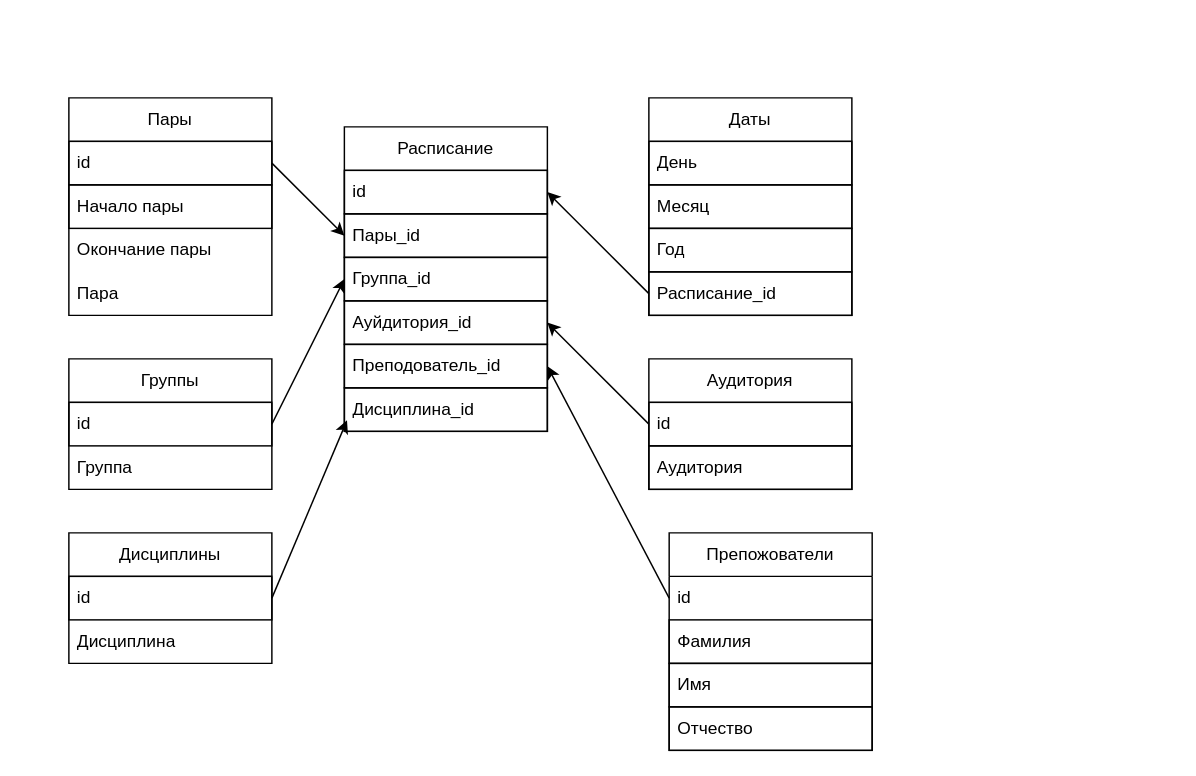
This is sheme.drawio from N1k100n/tg.bot, a draw.io file, before an edit. Source tidied: cells renumbered, new cells numbered last; positions are measured from the earlier drawing's top-left corner, leaving out a move shared by most shapes. Both pictures are drawn from the tidied source at 145%, with x=0, y=0 at pixel (68, 97).
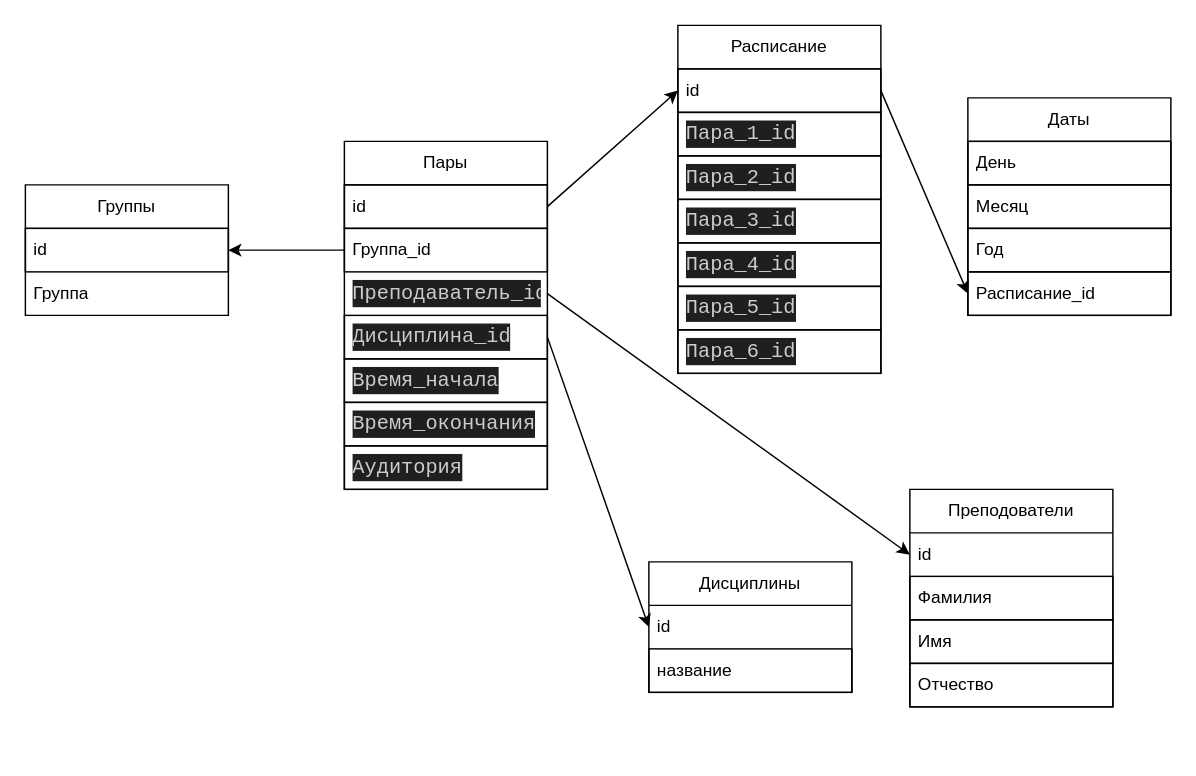
The same diagram, later.

Commit message:
дароботка схемы бв

The change refers to these unchanged cells:
```xml
<mxCell id="3" value="id" style="text;strokeColor=default;fillColor=none;align=left;verticalAlign=middle;spacingLeft=4;spacingRight=4;overflow=hidden;points=[[0,0.5],[1,0.5]];portConstraint=eastwest;whiteSpace=wrap;html=1;" parent="2" vertex="1">
  <mxGeometry y="30" width="140" height="30" as="geometry" />
</mxCell>
<mxCell id="10" value="id" style="text;strokeColor=default;fillColor=none;align=left;verticalAlign=middle;spacingLeft=4;spacingRight=4;overflow=hidden;points=[[0,0.5],[1,0.5]];portConstraint=eastwest;whiteSpace=wrap;html=1;" parent="9" vertex="1">
  <mxGeometry y="30" width="140" height="30" as="geometry" />
</mxCell>
<mxCell id="22" value="id" style="text;strokeColor=none;fillColor=none;align=left;verticalAlign=middle;spacingLeft=4;spacingRight=4;overflow=hidden;points=[[0,0.5],[1,0.5]];portConstraint=eastwest;whiteSpace=wrap;html=1;" parent="21" vertex="1">
  <mxGeometry y="30" width="140" height="30" as="geometry" />
</mxCell>
<mxCell id="28" value="id" style="text;strokeColor=default;fillColor=none;align=left;verticalAlign=middle;spacingLeft=4;spacingRight=4;overflow=hidden;points=[[0,0.5],[1,0.5]];portConstraint=eastwest;whiteSpace=wrap;html=1;" parent="27" vertex="1">
  <mxGeometry y="30" width="140" height="30" as="geometry" />
</mxCell>
<mxCell id="37" value="Расписание_id" style="text;strokeColor=default;fillColor=none;align=left;verticalAlign=middle;spacingLeft=4;spacingRight=4;overflow=hidden;points=[[0,0.5],[1,0.5]];portConstraint=eastwest;whiteSpace=wrap;html=1;" parent="33" vertex="1">
  <mxGeometry y="120" width="140" height="30" as="geometry" />
</mxCell>
```

The edit, as a diff of the source:
```diff
@@
     <mxCell id="2" value="Расписание" style="swimlane;fontStyle=0;horizontal=1;startSize=30;whiteSpace=wrap;html=1;" parent="1" vertex="1">
-      <mxGeometry x="190" y="20" width="140" height="210" as="geometry" />
+      <mxGeometry x="420" y="-50" width="140" height="240" as="geometry" />
     </mxCell>
@@
-    <mxCell id="4" value="Пары_id" style="text;strokeColor=default;fillColor=none;align=left;verticalAlign=middle;spacingLeft=4;spacingRight=4;overflow=hidden;points=[[0,0.5],[1,0.5]];portConstraint=eastwest;whiteSpace=wrap;html=1;" parent="2" vertex="1">
+    <mxCell id="4" value="&lt;div style=&quot;color: rgb(204, 204, 204); background-color: rgb(31, 31, 31); font-family: Consolas, &amp;quot;Courier New&amp;quot;, monospace; font-size: 14px; line-height: 19px;&quot;&gt;Пара_1_id&lt;/div&gt;" style="text;strokeColor=default;fillColor=none;align=left;verticalAlign=middle;spacingLeft=4;spacingRight=4;overflow=hidden;points=[[0,0.5],[1,0.5]];portConstraint=eastwest;whiteSpace=wrap;html=1;" parent="2" vertex="1">
       <mxGeometry y="60" width="140" height="30" as="geometry" />
     </mxCell>
-    <mxCell id="5" value="Группа_id" style="text;strokeColor=default;fillColor=none;align=left;verticalAlign=middle;spacingLeft=4;spacingRight=4;overflow=hidden;points=[[0,0.5],[1,0.5]];portConstraint=eastwest;whiteSpace=wrap;html=1;" parent="2" vertex="1">
+    <mxCell id="5" value="&lt;div style=&quot;color: rgb(204, 204, 204); background-color: rgb(31, 31, 31); font-family: Consolas, &amp;quot;Courier New&amp;quot;, monospace; font-size: 14px; line-height: 19px;&quot;&gt;Пара_2_id&lt;/div&gt;" style="text;strokeColor=default;fillColor=none;align=left;verticalAlign=middle;spacingLeft=4;spacingRight=4;overflow=hidden;points=[[0,0.5],[1,0.5]];portConstraint=eastwest;whiteSpace=wrap;html=1;" parent="2" vertex="1">
       <mxGeometry y="90" width="140" height="30" as="geometry" />
     </mxCell>
-    <mxCell id="6" value="Ауйдитория_id" style="text;strokeColor=default;fillColor=none;align=left;verticalAlign=middle;spacingLeft=4;spacingRight=4;overflow=hidden;points=[[0,0.5],[1,0.5]];portConstraint=eastwest;whiteSpace=wrap;html=1;" parent="2" vertex="1">
+    <mxCell id="6" value="&lt;div style=&quot;color: rgb(204, 204, 204); background-color: rgb(31, 31, 31); font-family: Consolas, &amp;quot;Courier New&amp;quot;, monospace; font-size: 14px; line-height: 19px;&quot;&gt;Пара_3_id&lt;/div&gt;" style="text;strokeColor=default;fillColor=none;align=left;verticalAlign=middle;spacingLeft=4;spacingRight=4;overflow=hidden;points=[[0,0.5],[1,0.5]];portConstraint=eastwest;whiteSpace=wrap;html=1;" parent="2" vertex="1">
       <mxGeometry y="120" width="140" height="30" as="geometry" />
     </mxCell>
-    <mxCell id="7" value="Преподователь_id" style="text;strokeColor=default;fillColor=none;align=left;verticalAlign=middle;spacingLeft=4;spacingRight=4;overflow=hidden;points=[[0,0.5],[1,0.5]];portConstraint=eastwest;whiteSpace=wrap;html=1;" parent="2" vertex="1">
+    <mxCell id="7" value="&lt;div style=&quot;color: rgb(204, 204, 204); background-color: rgb(31, 31, 31); font-family: Consolas, &amp;quot;Courier New&amp;quot;, monospace; font-size: 14px; line-height: 19px;&quot;&gt;Пара_4_id&lt;/div&gt;" style="text;strokeColor=default;fillColor=none;align=left;verticalAlign=middle;spacingLeft=4;spacingRight=4;overflow=hidden;points=[[0,0.5],[1,0.5]];portConstraint=eastwest;whiteSpace=wrap;html=1;" parent="2" vertex="1">
       <mxGeometry y="150" width="140" height="30" as="geometry" />
     </mxCell>
-    <mxCell id="8" value="Дисциплина_id" style="text;strokeColor=default;fillColor=none;align=left;verticalAlign=middle;spacingLeft=4;spacingRight=4;overflow=hidden;points=[[0,0.5],[1,0.5]];portConstraint=eastwest;whiteSpace=wrap;html=1;" parent="2" vertex="1">
+    <mxCell id="8" value="&lt;div style=&quot;color: rgb(204, 204, 204); background-color: rgb(31, 31, 31); font-family: Consolas, &amp;quot;Courier New&amp;quot;, monospace; font-size: 14px; line-height: 19px;&quot;&gt;Пара_5_id&lt;/div&gt;" style="text;strokeColor=default;fillColor=none;align=left;verticalAlign=middle;spacingLeft=4;spacingRight=4;overflow=hidden;points=[[0,0.5],[1,0.5]];portConstraint=eastwest;whiteSpace=wrap;html=1;" parent="2" vertex="1">
       <mxGeometry y="180" width="140" height="30" as="geometry" />
     </mxCell>
+    <mxCell id="39" value="&lt;div style=&quot;color: rgb(204, 204, 204); background-color: rgb(31, 31, 31); font-family: Consolas, &amp;quot;Courier New&amp;quot;, monospace; font-size: 14px; line-height: 19px;&quot;&gt;&lt;div style=&quot;line-height: 19px;&quot;&gt;Пара_6_id&lt;/div&gt;&lt;/div&gt;" style="text;strokeColor=default;fillColor=none;align=left;verticalAlign=middle;spacingLeft=4;spacingRight=4;overflow=hidden;whiteSpace=wrap;html=1;" parent="2" vertex="1">
+      <mxGeometry y="210" width="140" height="30" as="geometry" />
+    </mxCell>
     <mxCell id="9" value="Группы" style="swimlane;fontStyle=0;horizontal=1;startSize=30;whiteSpace=wrap;html=1;strokeColor=default;fillColor=default;" parent="1" vertex="1">
-      <mxGeometry y="180" width="140" height="90" as="geometry" />
+      <mxGeometry x="-30" y="60" width="140" height="90" as="geometry" />
     </mxCell>
@@
-    <mxCell id="12" style="edgeStyle=none;html=1;exitX=1;exitY=0.5;exitDx=0;exitDy=0;entryX=0;entryY=0.5;entryDx=0;entryDy=0;" parent="1" edge="1" source="10" target="5">
-      <mxGeometry relative="1" as="geometry" />
-    </mxCell>
-    <mxCell id="13" value="Дисциплины" style="swimlane;fontStyle=0;horizontal=1;startSize=30;whiteSpace=wrap;html=1;strokeColor=default;fillColor=default;" parent="1" vertex="1">
-      <mxGeometry y="300" width="140" height="90" as="geometry" />
-    </mxCell>
-    <mxCell id="14" value="id" style="text;strokeColor=default;fillColor=none;align=left;verticalAlign=middle;spacingLeft=4;spacingRight=4;overflow=hidden;points=[[0,0.5],[1,0.5]];portConstraint=eastwest;whiteSpace=wrap;html=1;" parent="13" vertex="1">
-      <mxGeometry y="30" width="140" height="30" as="geometry" />
-    </mxCell>
-    <mxCell id="15" value="Дисциплина" style="text;strokeColor=none;fillColor=none;align=left;verticalAlign=middle;spacingLeft=4;spacingRight=4;overflow=hidden;whiteSpace=wrap;html=1;" parent="13" vertex="1">
-      <mxGeometry y="60" width="140" height="30" as="geometry" />
-    </mxCell>
-    <mxCell id="16" style="edgeStyle=none;html=1;exitX=1;exitY=0.5;exitDx=0;exitDy=0;entryX=0.013;entryY=0.747;entryDx=0;entryDy=0;entryPerimeter=0;" parent="1" edge="1" source="14" target="8">
-      <mxGeometry relative="1" as="geometry" />
-    </mxCell>
-    <mxCell id="17" value="Аудитория" style="swimlane;fontStyle=0;horizontal=1;startSize=30;whiteSpace=wrap;html=1;strokeColor=default;fillColor=default;" parent="1" vertex="1">
-      <mxGeometry x="400" y="180" width="140" height="90" as="geometry" />
-    </mxCell>
-    <mxCell id="18" value="id" style="text;strokeColor=default;fillColor=none;align=left;verticalAlign=middle;spacingLeft=4;spacingRight=4;overflow=hidden;points=[[0,0.5],[1,0.5]];portConstraint=eastwest;whiteSpace=wrap;html=1;" parent="17" vertex="1">
-      <mxGeometry y="30" width="140" height="30" as="geometry" />
-    </mxCell>
-    <mxCell id="19" value="Аудитория" style="text;strokeColor=default;fillColor=none;align=left;verticalAlign=middle;spacingLeft=4;spacingRight=4;overflow=hidden;whiteSpace=wrap;html=1;" parent="17" vertex="1">
-      <mxGeometry y="60" width="140" height="30" as="geometry" />
-    </mxCell>
-    <mxCell id="20" style="edgeStyle=none;html=1;exitX=0;exitY=0.5;exitDx=0;exitDy=0;entryX=1;entryY=0.5;entryDx=0;entryDy=0;" parent="1" edge="1" source="18" target="6">
-      <mxGeometry relative="1" as="geometry" />
-    </mxCell>
-    <mxCell id="21" value="Препожователи" style="swimlane;fontStyle=0;horizontal=1;startSize=30;whiteSpace=wrap;html=1;strokeColor=default;fillColor=default;" parent="1" vertex="1">
-      <mxGeometry x="414" y="300" width="140" height="150" as="geometry" />
+    <mxCell id="21" value="Преподователи" style="swimlane;fontStyle=0;horizontal=1;startSize=30;whiteSpace=wrap;html=1;strokeColor=default;fillColor=default;" parent="1" vertex="1">
+      <mxGeometry x="580" y="270" width="140" height="150" as="geometry" />
     </mxCell>
@@
-    <mxCell id="26" style="edgeStyle=none;html=1;exitX=0;exitY=0.5;exitDx=0;exitDy=0;entryX=1;entryY=0.5;entryDx=0;entryDy=0;" parent="1" edge="1" source="22" target="7">
-      <mxGeometry relative="1" as="geometry" />
-    </mxCell>
     <mxCell id="27" value="Пары" style="swimlane;fontStyle=0;horizontal=1;startSize=30;whiteSpace=wrap;html=1;strokeColor=default;fillColor=default;" parent="1" vertex="1">
-      <mxGeometry width="140" height="150" as="geometry" />
+      <mxGeometry x="190" y="30" width="140" height="240" as="geometry" />
     </mxCell>
@@
-    <mxCell id="29" value="Начало пары" style="text;strokeColor=default;fillColor=none;align=left;verticalAlign=middle;spacingLeft=4;spacingRight=4;overflow=hidden;points=[[0,0.5],[1,0.5]];portConstraint=eastwest;whiteSpace=wrap;html=1;" parent="27" vertex="1">
+    <mxCell id="29" value="Группа_id" style="text;strokeColor=default;fillColor=none;align=left;verticalAlign=middle;spacingLeft=4;spacingRight=4;overflow=hidden;points=[[0,0.5],[1,0.5]];portConstraint=eastwest;whiteSpace=wrap;html=1;" parent="27" vertex="1">
       <mxGeometry y="60" width="140" height="30" as="geometry" />
     </mxCell>
-    <mxCell id="30" value="Окончание пары" style="text;strokeColor=none;fillColor=none;align=left;verticalAlign=middle;spacingLeft=4;spacingRight=4;overflow=hidden;points=[[0,0.5],[1,0.5]];portConstraint=eastwest;whiteSpace=wrap;html=1;" parent="27" vertex="1">
+    <mxCell id="30" value="&lt;div style=&quot;color: rgb(204, 204, 204); background-color: rgb(31, 31, 31); font-family: Consolas, &amp;quot;Courier New&amp;quot;, monospace; font-size: 14px; line-height: 19px;&quot;&gt;Преподаватель_id&lt;/div&gt;" style="text;strokeColor=none;fillColor=none;align=left;verticalAlign=middle;spacingLeft=4;spacingRight=4;overflow=hidden;points=[[0,0.5],[1,0.5]];portConstraint=eastwest;whiteSpace=wrap;html=1;" parent="27" vertex="1">
       <mxGeometry y="90" width="140" height="30" as="geometry" />
     </mxCell>
-    <mxCell id="31" value="Пара" style="text;strokeColor=none;fillColor=none;align=left;verticalAlign=middle;spacingLeft=4;spacingRight=4;overflow=hidden;points=[[0,0.5],[1,0.5]];portConstraint=eastwest;whiteSpace=wrap;html=1;" parent="27" vertex="1">
+    <mxCell id="31" value="&lt;div style=&quot;color: rgb(204, 204, 204); background-color: rgb(31, 31, 31); font-family: Consolas, &amp;quot;Courier New&amp;quot;, monospace; font-size: 14px; line-height: 19px;&quot;&gt;Дисциплина_id&lt;/div&gt;" style="text;strokeColor=default;fillColor=none;align=left;verticalAlign=middle;spacingLeft=4;spacingRight=4;overflow=hidden;points=[[0,0.5],[1,0.5]];portConstraint=eastwest;whiteSpace=wrap;html=1;" parent="27" vertex="1">
       <mxGeometry y="120" width="140" height="30" as="geometry" />
     </mxCell>
-    <mxCell id="32" style="edgeStyle=none;html=1;exitX=1;exitY=0.5;exitDx=0;exitDy=0;entryX=0;entryY=0.5;entryDx=0;entryDy=0;" parent="1" edge="1" source="28" target="4">
-      <mxGeometry relative="1" as="geometry" />
-    </mxCell>
+    <mxCell id="40" value="&lt;div style=&quot;color: rgb(204, 204, 204); background-color: rgb(31, 31, 31); font-family: Consolas, &amp;quot;Courier New&amp;quot;, monospace; font-size: 14px; line-height: 19px;&quot;&gt;&lt;div style=&quot;line-height: 19px;&quot;&gt;Время_начала&lt;/div&gt;&lt;/div&gt;" style="text;strokeColor=default;fillColor=none;align=left;verticalAlign=middle;spacingLeft=4;spacingRight=4;overflow=hidden;whiteSpace=wrap;html=1;" parent="27" vertex="1">
+      <mxGeometry y="150" width="140" height="30" as="geometry" />
+    </mxCell>
+    <mxCell id="41" value="&lt;div style=&quot;color: rgb(204, 204, 204); background-color: rgb(31, 31, 31); font-family: Consolas, &amp;quot;Courier New&amp;quot;, monospace; font-size: 14px; line-height: 19px;&quot;&gt;&lt;div style=&quot;line-height: 19px;&quot;&gt;&lt;div style=&quot;line-height: 19px;&quot;&gt;Время_окончания&lt;/div&gt;&lt;/div&gt;&lt;/div&gt;" style="text;strokeColor=default;fillColor=none;align=left;verticalAlign=middle;spacingLeft=4;spacingRight=4;overflow=hidden;whiteSpace=wrap;html=1;" parent="27" vertex="1">
+      <mxGeometry y="180" width="140" height="30" as="geometry" />
+    </mxCell>
+    <mxCell id="42" value="&lt;div style=&quot;color: rgb(204, 204, 204); background-color: rgb(31, 31, 31); font-family: Consolas, &amp;quot;Courier New&amp;quot;, monospace; font-size: 14px; line-height: 19px;&quot;&gt;&lt;div style=&quot;line-height: 19px;&quot;&gt;&lt;div style=&quot;line-height: 19px;&quot;&gt;Аудитория&lt;/div&gt;&lt;/div&gt;&lt;/div&gt;" style="text;strokeColor=default;fillColor=none;align=left;verticalAlign=middle;spacingLeft=4;spacingRight=4;overflow=hidden;whiteSpace=wrap;html=1;" parent="27" vertex="1">
+      <mxGeometry y="210" width="140" height="30" as="geometry" />
+    </mxCell>
     <mxCell id="33" value="Даты" style="swimlane;fontStyle=0;horizontal=1;startSize=30;whiteSpace=wrap;html=1;strokeColor=default;fillColor=none;" parent="1" vertex="1">
-      <mxGeometry x="400" width="140" height="150" as="geometry" />
+      <mxGeometry x="620" width="140" height="150" as="geometry" />
     </mxCell>
@@
-    <mxCell id="38" style="edgeStyle=none;html=1;exitX=0;exitY=0.5;exitDx=0;exitDy=0;entryX=1;entryY=0.5;entryDx=0;entryDy=0;" parent="1" edge="1" source="37" target="3">
-      <mxGeometry relative="1" as="geometry" />
-    </mxCell>
+    <mxCell id="13" value="Дисциплины" style="swimlane;fontStyle=0;horizontal=1;startSize=30;whiteSpace=wrap;html=1;strokeColor=default;fillColor=none;" parent="1" vertex="1">
+      <mxGeometry x="400" y="320" width="140" height="90" as="geometry" />
+    </mxCell>
+    <mxCell id="43" value="id" style="text;strokeColor=none;fillColor=none;align=left;verticalAlign=middle;spacingLeft=4;spacingRight=4;overflow=hidden;points=[[0,0.5],[1,0.5]];portConstraint=eastwest;whiteSpace=wrap;html=1;" parent="13" vertex="1">
+      <mxGeometry y="30" width="140" height="30" as="geometry" />
+    </mxCell>
+    <mxCell id="44" value="название" style="text;strokeColor=default;fillColor=none;align=left;verticalAlign=middle;spacingLeft=4;spacingRight=4;overflow=hidden;whiteSpace=wrap;html=1;" parent="13" vertex="1">
+      <mxGeometry y="60" width="140" height="30" as="geometry" />
+    </mxCell>
+    <mxCell id="45" style="edgeStyle=none;html=1;exitX=1;exitY=0.5;exitDx=0;exitDy=0;entryX=0;entryY=0.5;entryDx=0;entryDy=0;" parent="1" edge="1" source="31" target="43">
+      <mxGeometry relative="1" as="geometry" />
+    </mxCell>
+    <mxCell id="46" style="edgeStyle=none;html=1;exitX=1;exitY=0.5;exitDx=0;exitDy=0;entryX=0;entryY=0.5;entryDx=0;entryDy=0;" parent="1" edge="1" source="30" target="22">
+      <mxGeometry relative="1" as="geometry" />
+    </mxCell>
+    <mxCell id="47" style="edgeStyle=none;html=1;exitX=1;exitY=0.5;exitDx=0;exitDy=0;entryX=0;entryY=0.5;entryDx=0;entryDy=0;" parent="1" edge="1" source="3" target="37">
+      <mxGeometry relative="1" as="geometry" />
+    </mxCell>
+    <mxCell id="48" style="edgeStyle=none;html=1;exitX=1;exitY=0.5;exitDx=0;exitDy=0;entryX=0;entryY=0.5;entryDx=0;entryDy=0;" parent="1" edge="1" source="28" target="3">
+      <mxGeometry relative="1" as="geometry" />
+    </mxCell>
+    <mxCell id="49" style="edgeStyle=none;html=1;exitX=0;exitY=0.5;exitDx=0;exitDy=0;entryX=1;entryY=0.5;entryDx=0;entryDy=0;" parent="1" edge="1" source="29" target="10">
+      <mxGeometry relative="1" as="geometry" />
+    </mxCell>
```
